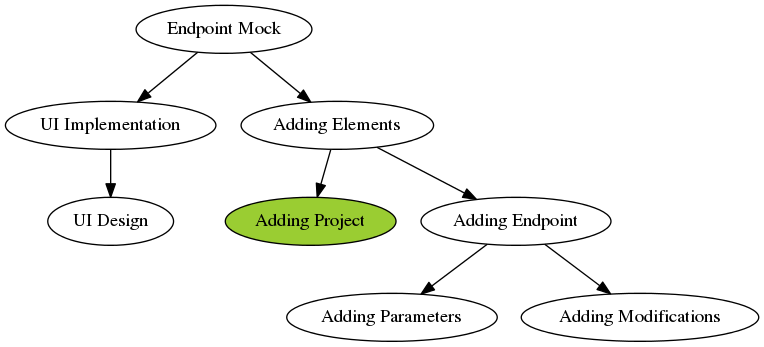
jaccek/endpoint-mock keeps this Graphviz diagram as doc/tasks.png. Above is the earlier version. Its source is kept beside it as doc/tasks.dot. Its diagram source:
```dot
digraph {

    main -> ui_implementation;
    main -> adding;

    ui_implementation -> ui_desing;

    adding -> adding_project;
    adding -> adding_endpoint;
    adding_endpoint -> adding_parameters;
    adding_endpoint -> adding_modifications;

    main    [label="Endpoint Mock"];

    ui_implementation   [label="UI Implementation"];
    ui_desing           [label="UI Design"];

    adding                  [label="Adding Elements"];
    adding_project          [label="Adding Project", style="filled", fillcolor="yellowgreen"];
    adding_endpoint         [label="Adding Endpoint"];
    adding_parameters       [label="Adding Parameters"];
    adding_modifications    [label="Adding Modifications"];
}
```
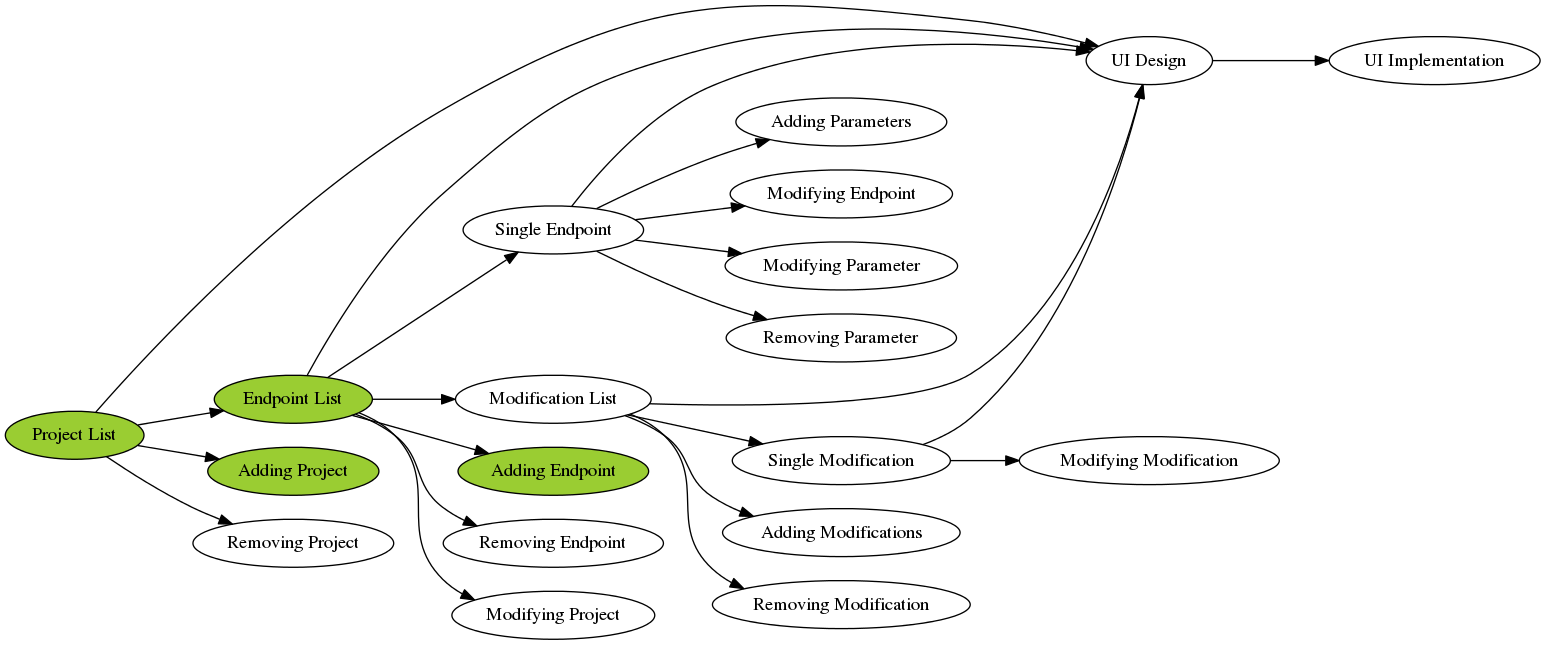
After the commit.

Commit message:
Better plan for tasks

What changed in the source:
```diff
@@ -1,23 +1,58 @@
 digraph {
+    rankdir=LR;
 
-    main -> ui_implementation;
-    main -> adding;
+    disp_project_list -> ui_design;
+    disp_project_list -> disp_endpoint_list;
+    disp_project_list -> adding_project;
+    disp_project_list -> removing_project;
 
-    ui_implementation -> ui_desing;
+    disp_endpoint_list -> ui_design;
+    disp_endpoint_list -> disp_single_endpoint;
+    disp_endpoint_list -> disp_modification_list;
+    disp_endpoint_list -> adding_endpoint;
+    disp_endpoint_list -> removing_endpoint;
+    disp_endpoint_list -> modifying_project;
 
-    adding -> adding_project;
-    adding -> adding_endpoint;
-    adding_endpoint -> adding_parameters;
-    adding_endpoint -> adding_modifications;
+    disp_single_endpoint -> ui_design;
+    disp_single_endpoint -> adding_parameter;
+    disp_single_endpoint -> modifying_endpoint;
+    disp_single_endpoint -> modifying_parameter;
+    disp_single_endpoint -> removing_parameter;
 
-    main    [label="Endpoint Mock"];
+    disp_modification_list -> ui_design;
+    disp_modification_list -> disp_single_modification;
+    disp_modification_list -> adding_modification;
+    disp_modification_list -> removing_modification;
+
+    disp_single_modification -> ui_design;
+    disp_single_modification -> modifying_modification;
+
+    ui_design -> ui_implementation;
+
+
+
+
+    disp_project_list           [label="Project List", style="filled", fillcolor="yellowgreen"];
+    disp_endpoint_list          [label="Endpoint List", style="filled", fillcolor="yellowgreen"];
+    disp_modification_list      [label="Modification List"];
+    disp_single_endpoint        [label="Single Endpoint"];
+    disp_single_modification    [label="Single Modification"];
 
     ui_implementation   [label="UI Implementation"];
-    ui_desing           [label="UI Design"];
+    ui_design           [label="UI Design"];
 
-    adding                  [label="Adding Elements"];
     adding_project          [label="Adding Project", style="filled", fillcolor="yellowgreen"];
-    adding_endpoint         [label="Adding Endpoint"];
-    adding_parameters       [label="Adding Parameters"];
-    adding_modifications    [label="Adding Modifications"];
+    adding_endpoint         [label="Adding Endpoint", style="filled", fillcolor="yellowgreen"];
+    adding_parameter        [label="Adding Parameters"];
+    adding_modification     [label="Adding Modifications"];
+
+    modifying_project       [label="Modifying Project"];
+    modifying_endpoint      [label="Modifying Endpoint"];
+    modifying_parameter     [label="Modifying Parameter"];
+    modifying_modification  [label="Modifying Modification"];
+
+    removing_project        [label="Removing Project"];
+    removing_endpoint       [label="Removing Endpoint"];
+    removing_parameter      [label="Removing Parameter"];
+    removing_modification   [label="Removing Modification"];
 }
```
